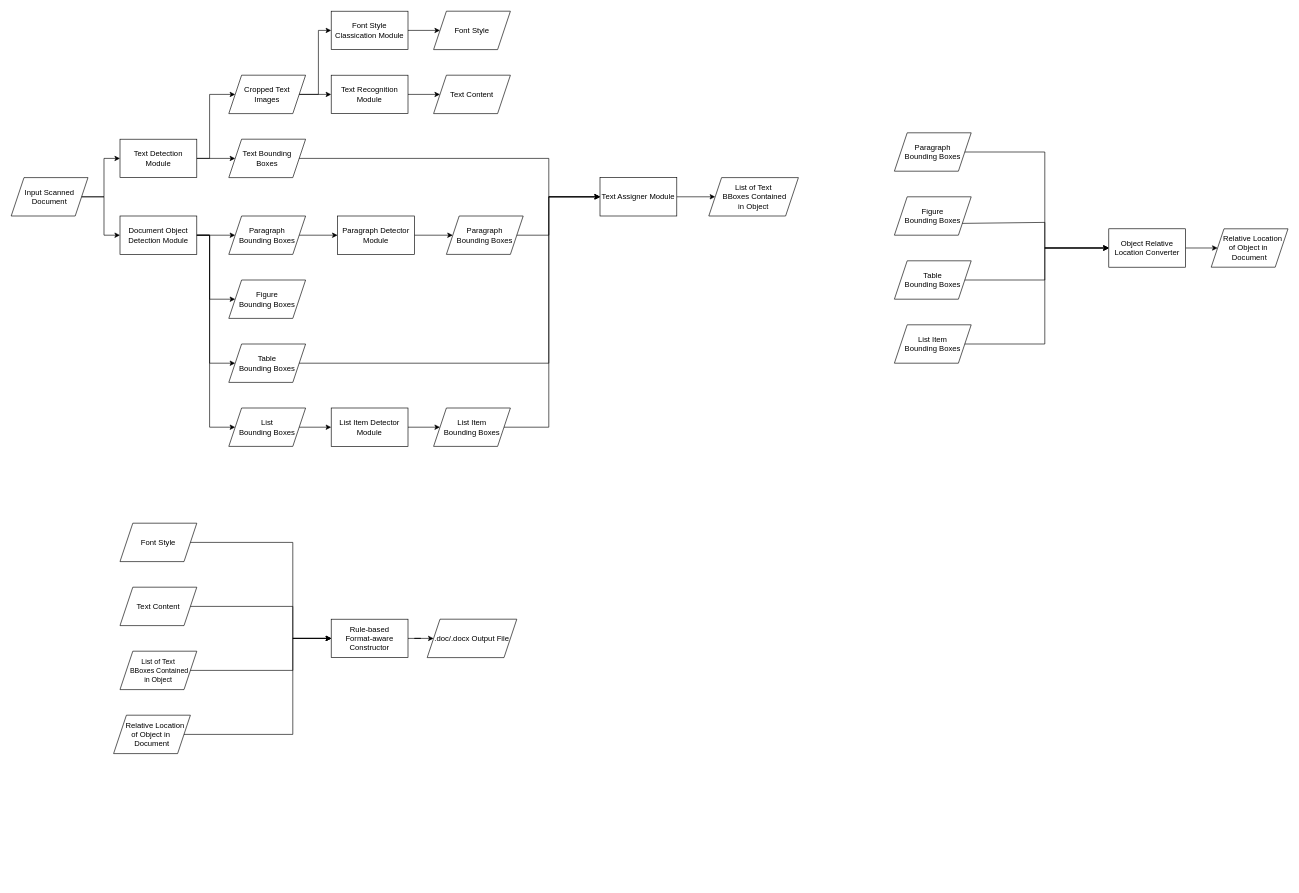
Earlier version of the draw.io diagram doc-recon.drawio (moewiee/cassava). Source tidied: cells renumbered, new cells numbered last; positions are measured from the earlier drawing's top-left corner, leaving out a move shared by most shapes. Both pictures are drawn from the tidied source at 64%, with x=0, y=0 at pixel (11, 11).
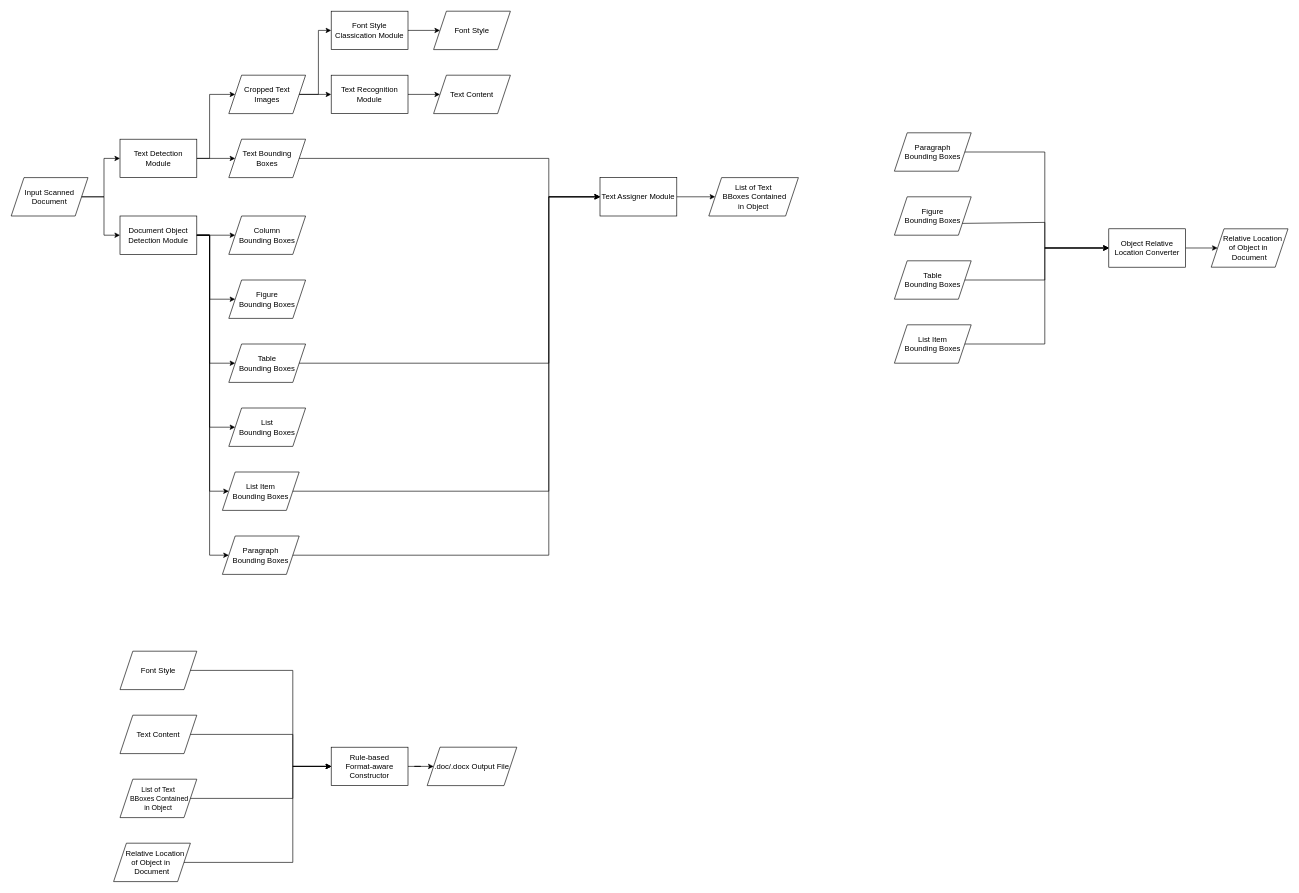
The same diagram, later.

Unchanged cells that the change refers to:
```xml
<mxCell id="7" value="Document Object Detection Module" style="rounded=0;whiteSpace=wrap;html=1;" parent="1" vertex="1">
  <mxGeometry x="170" y="320" width="120" height="60" as="geometry" />
</mxCell>
<mxCell id="23" value="List&lt;br&gt;Bounding Boxes" style="shape=parallelogram;perimeter=parallelogramPerimeter;whiteSpace=wrap;html=1;fixedSize=1;" parent="1" vertex="1">
  <mxGeometry x="340" y="620" width="120" height="60" as="geometry" />
</mxCell>
<mxCell id="29" value="Text Assigner Module" style="rounded=0;whiteSpace=wrap;html=1;" parent="1" vertex="1">
  <mxGeometry x="920" y="260" width="120" height="60" as="geometry" />
</mxCell>
```

What changed in the source:
```diff
@@
-    <mxCell id="15" style="edgeStyle=orthogonalEdgeStyle;rounded=0;jettySize=auto;html=1;" parent="1" edge="1" source="16" target="50">
-      <mxGeometry relative="1" as="geometry" />
-    </mxCell>
-    <mxCell id="16" value="Paragraph &lt;br&gt;Bounding Boxes" style="shape=parallelogram;perimeter=parallelogramPerimeter;whiteSpace=wrap;html=1;fixedSize=1;" parent="1" vertex="1">
+    <mxCell id="16" value="Column&lt;br&gt;Bounding Boxes" style="shape=parallelogram;perimeter=parallelogramPerimeter;whiteSpace=wrap;html=1;fixedSize=1;" parent="1" vertex="1">
       <mxGeometry x="340" y="320" width="120" height="60" as="geometry" />
     </mxCell>
@@
-    <mxCell id="22" style="edgeStyle=orthogonalEdgeStyle;rounded=0;jettySize=auto;html=1;" parent="1" edge="1" source="23" target="26">
-      <mxGeometry relative="1" as="geometry" />
-    </mxCell>
@@
-    <mxCell id="25" style="edgeStyle=orthogonalEdgeStyle;rounded=0;jettySize=auto;html=1;" parent="1" edge="1" source="26" target="27">
-      <mxGeometry relative="1" as="geometry" />
-    </mxCell>
-    <mxCell id="26" value="List Item Detector Module" style="rounded=0;whiteSpace=wrap;html=1;" parent="1" vertex="1">
-      <mxGeometry x="500" y="620" width="120" height="60" as="geometry" />
-    </mxCell>
     <mxCell id="27" value="List Item&lt;br&gt;Bounding Boxes" style="shape=parallelogram;perimeter=parallelogramPerimeter;whiteSpace=wrap;html=1;fixedSize=1;" parent="1" vertex="1">
-      <mxGeometry x="660" y="620" width="120" height="60" as="geometry" />
+      <mxGeometry x="330" y="720" width="120" height="60" as="geometry" />
     </mxCell>
@@
     <mxCell id="32" style="endArrow=classic;html=1;rounded=0;exitX=1;exitY=0.5;exitDx=0;exitDy=0;entryX=0;entryY=0.5;entryDx=0;entryDy=0;" parent="1" edge="1" source="27" target="29">
       <mxGeometry relative="1" as="geometry">
         <Array as="points">
-          <mxPoint x="840" y="650" />
+          <mxPoint x="840" y="750" />
           <mxPoint x="840" y="290" />
         </Array>
       </mxGeometry>
     </mxCell>
@@
-    <mxCell id="49" style="edgeStyle=orthogonalEdgeStyle;rounded=0;jettySize=auto;html=1;" parent="1" edge="1" source="50" target="51">
-      <mxGeometry relative="1" as="geometry" />
-    </mxCell>
-    <mxCell id="50" value="Paragraph Detector Module" style="rounded=0;whiteSpace=wrap;html=1;" parent="1" vertex="1">
-      <mxGeometry x="510" y="320" width="120" height="60" as="geometry" />
-    </mxCell>
     <mxCell id="51" value="Paragraph&lt;br&gt;Bounding Boxes" style="shape=parallelogram;perimeter=parallelogramPerimeter;whiteSpace=wrap;html=1;fixedSize=1;" parent="1" vertex="1">
-      <mxGeometry x="680" y="320" width="120" height="60" as="geometry" />
+      <mxGeometry x="330" y="820" width="120" height="60" as="geometry" />
     </mxCell>
     <mxCell id="52" style="endArrow=classic;html=1;rounded=0;exitX=1;exitY=0.5;exitDx=0;exitDy=0;entryX=0;entryY=0.5;entryDx=0;entryDy=0;" parent="1" edge="1" source="51" target="29">
       <mxGeometry relative="1" as="geometry">
         <Array as="points">
-          <mxPoint x="840" y="350" />
+          <mxPoint x="840" y="850" />
           <mxPoint x="840" y="290" />
         </Array>
       </mxGeometry>
     </mxCell>
     <mxCell id="53" value="Text Content" style="shape=parallelogram;perimeter=parallelogramPerimeter;whiteSpace=wrap;html=1;fixedSize=1;" parent="1" vertex="1">
-      <mxGeometry x="170" y="900" width="120" height="60" as="geometry" />
+      <mxGeometry x="170" y="1100" width="120" height="60" as="geometry" />
     </mxCell>
     <mxCell id="54" value="Font Style" style="shape=parallelogram;perimeter=parallelogramPerimeter;whiteSpace=wrap;html=1;fixedSize=1;" parent="1" vertex="1">
-      <mxGeometry x="170" y="800" width="120" height="60" as="geometry" />
+      <mxGeometry x="170" y="1000" width="120" height="60" as="geometry" />
     </mxCell>
     <mxCell id="55" value="&lt;font style=&quot;font-size: 11px;&quot;&gt;List of Text &lt;br&gt;&amp;nbsp;BBoxes Contained &lt;br&gt;in Object&lt;/font&gt;" style="shape=parallelogram;perimeter=parallelogramPerimeter;whiteSpace=wrap;html=1;fixedSize=1;" parent="1" vertex="1">
-      <mxGeometry x="170" y="1000" width="120" height="60" as="geometry" />
+      <mxGeometry x="170" y="1200" width="120" height="60" as="geometry" />
     </mxCell>
     <mxCell id="56" value="&amp;nbsp; &amp;nbsp;Relative Location&lt;br&gt;of Object in&amp;nbsp;&lt;br&gt;Document" style="shape=parallelogram;perimeter=parallelogramPerimeter;whiteSpace=wrap;html=1;fixedSize=1;" parent="1" vertex="1">
-      <mxGeometry x="160" y="1100" width="120" height="60" as="geometry" />
+      <mxGeometry x="160" y="1300" width="120" height="60" as="geometry" />
     </mxCell>
@@
     <mxCell id="58" value="Rule-based &lt;br&gt;Format-aware Constructor" style="rounded=0;whiteSpace=wrap;html=1;" parent="1" vertex="1">
-      <mxGeometry x="500" y="950" width="120" height="60" as="geometry" />
+      <mxGeometry x="500" y="1150" width="120" height="60" as="geometry" />
     </mxCell>
     <mxCell id="59" style="endArrow=classic;html=1;rounded=0;fontSize=11;exitX=1;exitY=0.5;exitDx=0;exitDy=0;entryX=0;entryY=0.5;entryDx=0;entryDy=0;" parent="1" edge="1" source="54" target="58">
       <mxGeometry relative="1" as="geometry">
         <Array as="points">
-          <mxPoint x="440" y="830" />
-          <mxPoint x="440" y="980" />
+          <mxPoint x="440" y="1030" />
+          <mxPoint x="440" y="1180" />
         </Array>
       </mxGeometry>
     </mxCell>
     <mxCell id="60" style="endArrow=classic;html=1;rounded=0;fontSize=11;exitX=1;exitY=0.5;exitDx=0;exitDy=0;entryX=0;entryY=0.5;entryDx=0;entryDy=0;" parent="1" edge="1" source="53" target="58">
       <mxGeometry relative="1" as="geometry">
         <Array as="points">
-          <mxPoint x="440" y="930" />
-          <mxPoint x="440" y="980" />
+          <mxPoint x="440" y="1130" />
+          <mxPoint x="440" y="1180" />
         </Array>
       </mxGeometry>
     </mxCell>
     <mxCell id="61" style="endArrow=classic;html=1;rounded=0;fontSize=11;exitX=1;exitY=0.5;exitDx=0;exitDy=0;entryX=0;entryY=0.5;entryDx=0;entryDy=0;" parent="1" edge="1" source="55" target="58">
       <mxGeometry relative="1" as="geometry">
         <Array as="points">
-          <mxPoint x="440" y="1030" />
-          <mxPoint x="440" y="980" />
+          <mxPoint x="440" y="1230" />
+          <mxPoint x="440" y="1180" />
         </Array>
       </mxGeometry>
     </mxCell>
     <mxCell id="62" style="endArrow=classic;html=1;rounded=0;fontSize=11;exitX=1;exitY=0.5;exitDx=0;exitDy=0;entryX=0;entryY=0.5;entryDx=0;entryDy=0;" parent="1" edge="1" source="56" target="58">
       <mxGeometry relative="1" as="geometry">
         <Array as="points">
-          <mxPoint x="440" y="1130" />
-          <mxPoint x="440" y="980" />
+          <mxPoint x="440" y="1330" />
+          <mxPoint x="440" y="1180" />
         </Array>
       </mxGeometry>
     </mxCell>
     <mxCell id="63" value=".doc/.docx Output File" style="shape=parallelogram;perimeter=parallelogramPerimeter;whiteSpace=wrap;html=1;fixedSize=1;" parent="1" vertex="1">
-      <mxGeometry x="650" y="950" width="140" height="60" as="geometry" />
+      <mxGeometry x="650" y="1150" width="140" height="60" as="geometry" />
     </mxCell>
+    <mxCell id="64" style="edgeStyle=orthogonalEdgeStyle;rounded=0;jettySize=auto;html=1;exitX=1;exitY=0.5;exitDx=0;exitDy=0;entryX=0;entryY=0.5;entryDx=0;entryDy=0;" parent="1" edge="1" source="7" target="27">
+      <mxGeometry relative="1" as="geometry">
+        <Array as="points">
+          <mxPoint x="310" y="350" />
+          <mxPoint x="310" y="750" />
+        </Array>
+      </mxGeometry>
+    </mxCell>
+    <mxCell id="65" style="edgeStyle=orthogonalEdgeStyle;rounded=0;jettySize=auto;html=1;exitX=1;exitY=0.5;exitDx=0;exitDy=0;entryX=0;entryY=0.5;entryDx=0;entryDy=0;" parent="1" edge="1" source="7" target="51">
+      <mxGeometry relative="1" as="geometry">
+        <Array as="points">
+          <mxPoint x="310" y="350" />
+          <mxPoint x="310" y="850" />
+        </Array>
+      </mxGeometry>
+    </mxCell>
```
